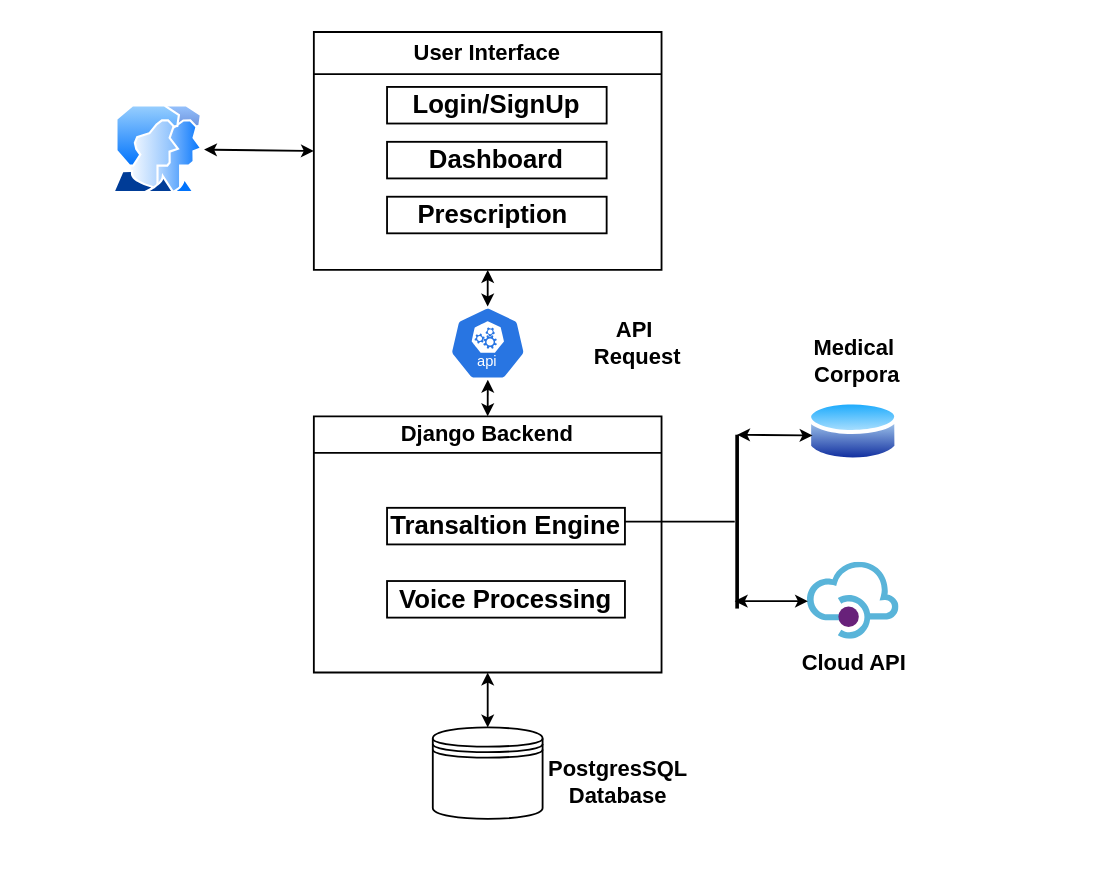
This is System Architecture.drawio from HariniRavi490/Translation_app_diagrams, a draw.io file, before an edit. Source tidied: cells renumbered, new cells numbered last; positions are measured from the earlier drawing's top-left corner, leaving out a move shared by most shapes. Both pictures are drawn from the tidied source at 183%, with x=0, y=0 at pixel (112, 31).
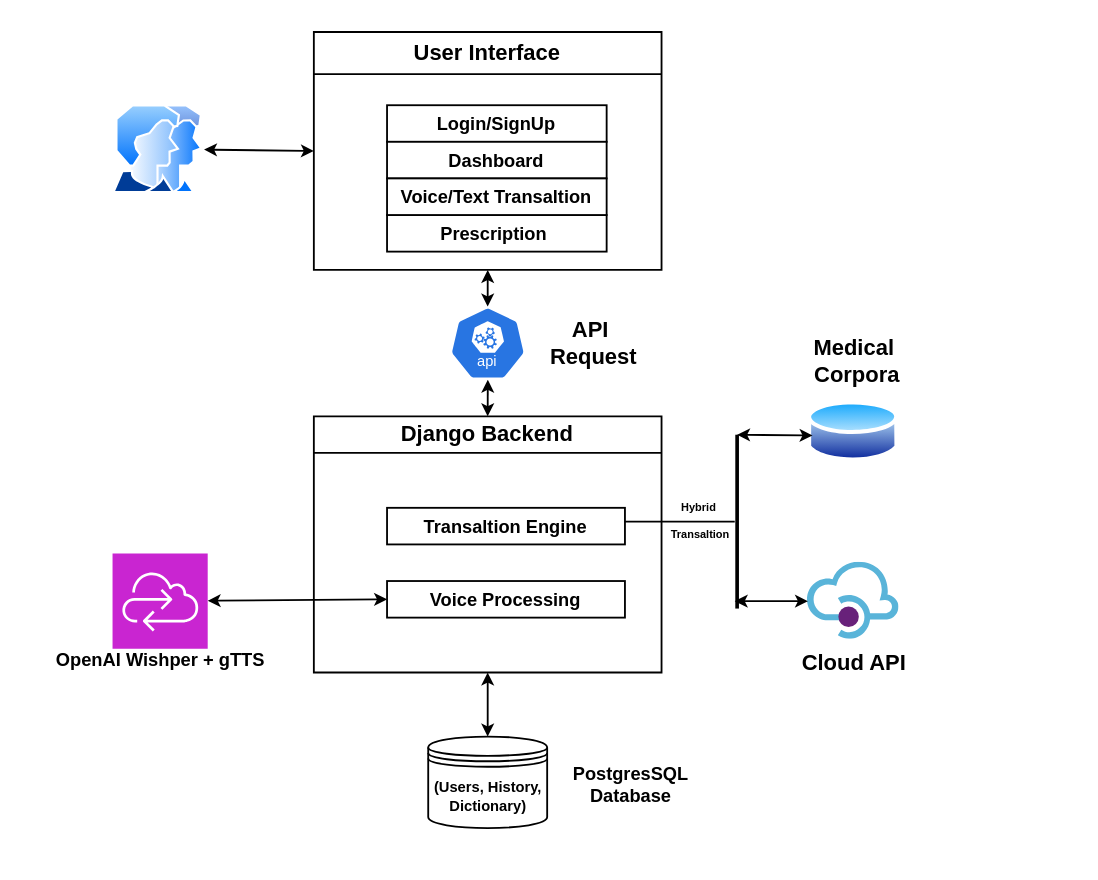
The same diagram, later.

Unchanged cells that the change refers to:
```xml
<mxCell id="3" value="Django Backend" style="swimlane;whiteSpace=wrap;html=1;startSize=20;" parent="1" vertex="1">
  <mxGeometry x="110" y="210" width="190" height="140" as="geometry" />
</mxCell>
<mxCell id="8" value="User Interface" style="swimlane;whiteSpace=wrap;html=1;" parent="1" vertex="1">
  <mxGeometry x="110" width="190" height="130" as="geometry" />
</mxCell>
```

The edit, as a diff of the source:
```diff
@@
-    <mxCell id="4" value="&lt;h3 style=&quot;text-wrap-mode: nowrap;&quot;&gt;Transaltion Engine&lt;/h3&gt;" style="whiteSpace=wrap;html=1;" parent="3" vertex="1">
+    <mxCell id="4" value="&lt;h5 style=&quot;text-wrap-mode: nowrap;&quot;&gt;Transaltion Engine&lt;/h5&gt;" style="whiteSpace=wrap;html=1;" parent="3" vertex="1">
       <mxGeometry x="40" y="50" width="130" height="20" as="geometry" />
     </mxCell>
-    <mxCell id="5" value="&lt;h3 style=&quot;text-wrap-mode: nowrap;&quot;&gt;Voice Processing&lt;/h3&gt;" style="whiteSpace=wrap;html=1;" parent="3" vertex="1">
+    <mxCell id="5" value="&lt;h5 style=&quot;text-wrap-mode: nowrap;&quot;&gt;Voice Processing&lt;/h5&gt;" style="whiteSpace=wrap;html=1;" parent="3" vertex="1">
       <mxGeometry x="40" y="90" width="130" height="20" as="geometry" />
     </mxCell>
@@
-    <mxCell id="9" value="&lt;h3 style=&quot;text-wrap-mode: nowrap;&quot;&gt;Login/SignUp&lt;/h3&gt;" style="whiteSpace=wrap;html=1;" parent="8" vertex="1">
-      <mxGeometry x="40" y="30" width="120" height="20" as="geometry" />
+    <mxCell id="9" value="&lt;h5 style=&quot;text-wrap-mode: nowrap;&quot;&gt;Login/SignUp&lt;/h5&gt;" style="whiteSpace=wrap;html=1;" parent="8" vertex="1">
+      <mxGeometry x="40" y="40" width="120" height="20" as="geometry" />
     </mxCell>
-    <mxCell id="10" value="&lt;h3 style=&quot;text-wrap-mode: nowrap;&quot;&gt;Dashboard&lt;/h3&gt;" style="whiteSpace=wrap;html=1;" parent="8" vertex="1">
+    <mxCell id="10" value="&lt;h5 style=&quot;text-wrap-mode: nowrap;&quot;&gt;Dashboard&lt;/h5&gt;" style="whiteSpace=wrap;html=1;" parent="8" vertex="1">
       <mxGeometry x="40" y="60" width="120" height="20" as="geometry" />
     </mxCell>
-    <mxCell id="11" value="&lt;h3 style=&quot;text-wrap-mode: nowrap;&quot;&gt;Prescription&amp;nbsp;&lt;/h3&gt;" style="whiteSpace=wrap;html=1;" parent="8" vertex="1">
-      <mxGeometry x="40" y="90" width="120" height="20" as="geometry" />
+    <mxCell id="11" value="&lt;h5 style=&quot;text-wrap-mode: nowrap;&quot;&gt;Prescription&amp;nbsp;&lt;/h5&gt;" style="whiteSpace=wrap;html=1;" parent="8" vertex="1">
+      <mxGeometry x="40" y="100" width="120" height="20" as="geometry" />
     </mxCell>
+    <mxCell id="27" value="&lt;h5 style=&quot;text-wrap-mode: nowrap;&quot;&gt;Voice/Text Transaltion&lt;/h5&gt;" style="whiteSpace=wrap;html=1;" parent="8" vertex="1">
+      <mxGeometry x="40" y="80" width="120" height="20" as="geometry" />
+    </mxCell>
@@
-    <mxCell id="16" style="line;strokeWidth=1;html=1;" parent="1" vertex="1">
+    <mxCell id="16" value="&lt;p style=&quot;font-size: 6px;&quot;&gt;&lt;br&gt;&lt;/p&gt;" style="line;strokeWidth=1;html=1;" parent="1" vertex="1">
       <mxGeometry x="280" y="262.5" width="60" height="10" as="geometry" />
     </mxCell>
@@
     <mxCell id="21" value="&lt;b&gt;API&lt;/b&gt;&lt;div&gt;&lt;b&gt;&amp;nbsp;Request&lt;/b&gt;&lt;/div&gt;" style="text;html=1;align=center;verticalAlign=middle;strokeColor=none;fillColor=none;" parent="1" vertex="1">
-      <mxGeometry x="250" y="150" width="70" height="40" as="geometry" />
+      <mxGeometry x="225.8" y="150" width="70" height="40" as="geometry" />
     </mxCell>
@@
-    <mxCell id="24" style="shape=datastore;whiteSpace=wrap;html=1;" parent="1" vertex="1">
-      <mxGeometry x="175" y="380" width="60" height="50" as="geometry" />
+    <mxCell id="24" value="&lt;h6&gt;(Users, History, Dictionary)&lt;/h6&gt;" style="shape=datastore;whiteSpace=wrap;html=1;" parent="1" vertex="1">
+      <mxGeometry x="172.5" y="385" width="65" height="50" as="geometry" />
     </mxCell>
-    <mxCell id="25" value="&lt;b&gt;PostgresSQL&lt;/b&gt;&lt;div&gt;&lt;b&gt;Database&lt;/b&gt;&lt;/div&gt;" style="text;html=1;align=center;verticalAlign=middle;strokeColor=none;fillColor=none;" parent="1" vertex="1">
-      <mxGeometry x="225.8" y="390" width="100" height="40" as="geometry" />
+    <mxCell id="25" value="&lt;h5&gt;&lt;b&gt;PostgresSQL&lt;br&gt;&lt;/b&gt;&lt;b&gt;Database&lt;/b&gt;&lt;/h5&gt;" style="text;html=1;align=center;verticalAlign=middle;strokeColor=none;fillColor=none;" parent="1" vertex="1">
+      <mxGeometry x="237.5" y="376.2" width="90" height="70" as="geometry" />
     </mxCell>
@@
+    <mxCell id="28" style="edgeStyle=none;jettySize=auto;html=1;endArrow=classic;startArrow=classic;endSize=4;startSize=4;rounded=0;exitX=0;exitY=0.5;exitDx=0;exitDy=0;" parent="1" edge="1" source="5" target="29">
+      <mxGeometry relative="1" as="geometry" />
+    </mxCell>
+    <mxCell id="29" style="sketch=0;points=[[0,0,0],[0.25,0,0],[0.5,0,0],[0.75,0,0],[1,0,0],[0,1,0],[0.25,1,0],[0.5,1,0],[0.75,1,0],[1,1,0],[0,0.25,0],[0,0.5,0],[0,0.75,0],[1,0.25,0],[1,0.5,0],[1,0.75,0]];outlineConnect=0;fontColor=#232F3E;fillColor=#C925D1;strokeColor=#ffffff;dashed=0;verticalLabelPosition=bottom;verticalAlign=top;align=center;html=1;fontSize=12;fontStyle=0;shape=mxgraph.aws4.resourceIcon;resIcon=mxgraph.aws4.cloud_control_api;" parent="1" vertex="1">
+      <mxGeometry y="285" width="52" height="52" as="geometry" />
+    </mxCell>
+    <mxCell id="30" value="&lt;p&gt;&lt;font style=&quot;font-size: 10px;&quot;&gt;&lt;b&gt;OpenAI Wishper + gTTS&lt;/b&gt;&lt;/font&gt;&lt;/p&gt;" style="text;html=1;align=center;verticalAlign=middle;strokeColor=none;fillColor=none;" parent="1" vertex="1">
+      <mxGeometry x="-44" y="318" width="140" height="50" as="geometry" />
+    </mxCell>
+    <mxCell id="31" value="&lt;font style=&quot;font-size: 6px;&quot;&gt;&lt;b&gt;Hybrid&amp;nbsp;&lt;/b&gt;&lt;/font&gt;&lt;div&gt;&lt;font style=&quot;font-size: 6px;&quot;&gt;&lt;b&gt;Transaltion&lt;/b&gt;&lt;/font&gt;&lt;/div&gt;" style="text;html=1;align=center;verticalAlign=middle;strokeColor=none;fillColor=none;" parent="1" vertex="1">
+      <mxGeometry x="290.8" y="245" width="60" height="40" as="geometry" />
+    </mxCell>
```
